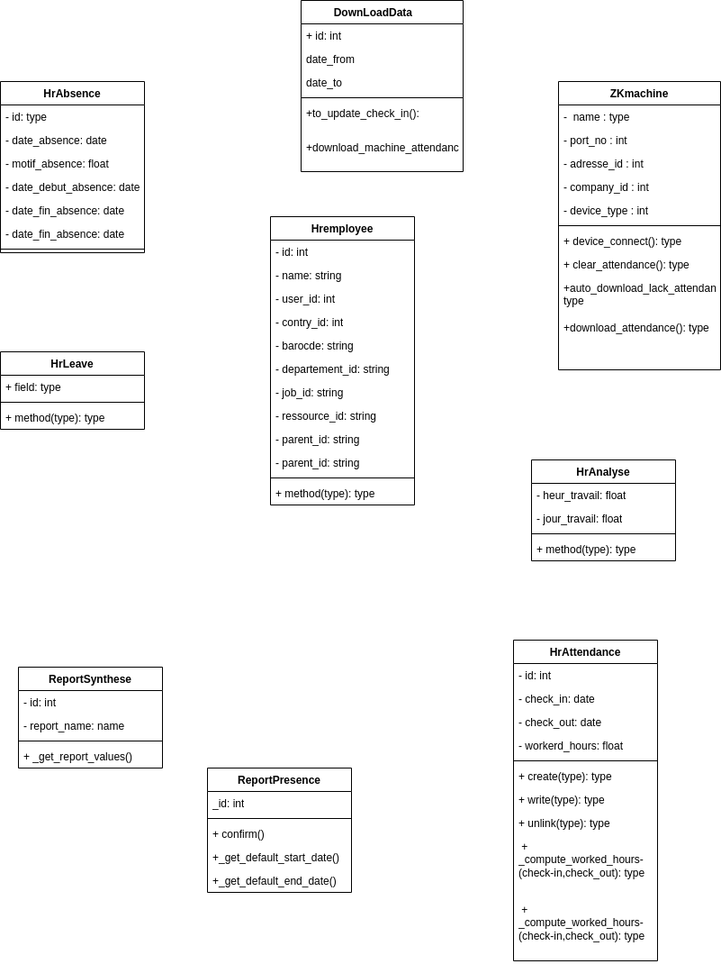
Earlier version of the draw.io export static/Diagramme de classe.drawio.png (Siluearsene/borne_biometrique). Source tidied: cells renumbered, new cells last; positions are measured from the earlier drawing's top-left corner, leaving out a move shared by most shapes.
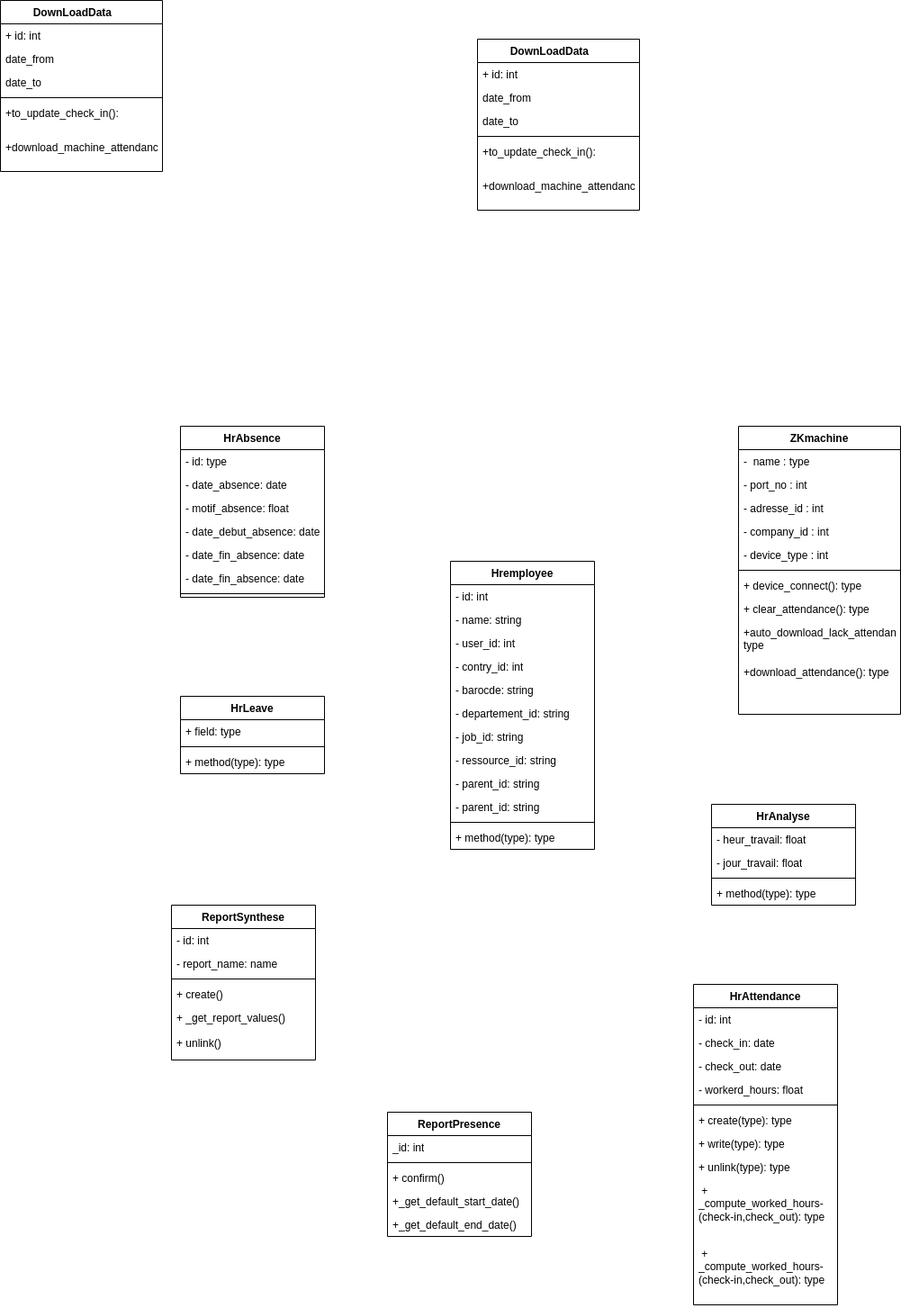
After the change.

Commit message:
Mettre à jour Diagramme de classe.drawio.png

Change to the diagram source:
```diff
@@ -159,7 +159,7 @@
       <mxGeometry y="286" width="160" height="70" as="geometry" />
     </mxCell>
     <mxCell id="54" value="ReportSynthese" style="swimlane;fontStyle=1;align=center;verticalAlign=top;horizontal=1;startSize=26;whiteSpace=wrap;html=1;" parent="1" vertex="1">
-      <mxGeometry x="20" y="740" width="160" height="112" as="geometry" />
+      <mxGeometry x="-10" y="622" width="160" height="172" as="geometry" />
     </mxCell>
     <mxCell id="55" value="- id: int" style="text;strokeColor=none;fillColor=none;align=left;verticalAlign=top;spacingLeft=4;spacingRight=4;overflow=hidden;whiteSpace=wrap;html=1;" parent="54" vertex="1">
       <mxGeometry y="26" width="160" height="26" as="geometry" />
@@ -170,9 +170,15 @@
     <mxCell id="57" style="line;strokeWidth=1;fillColor=none;align=left;verticalAlign=middle;spacingTop=-1;spacingLeft=3;spacingRight=3;labelPosition=right;strokeColor=inherit;" parent="54" vertex="1">
       <mxGeometry y="78" width="160" height="8" as="geometry" />
     </mxCell>
+    <mxCell id="72" value="+ create()" style="text;strokeColor=none;fillColor=none;align=left;verticalAlign=top;spacingLeft=4;spacingRight=4;overflow=hidden;whiteSpace=wrap;html=1;" parent="54" vertex="1">
+      <mxGeometry y="86" width="160" height="26" as="geometry" />
+    </mxCell>
     <mxCell id="58" value="+&amp;nbsp;_get_report_values()" style="text;strokeColor=none;fillColor=none;align=left;verticalAlign=top;spacingLeft=4;spacingRight=4;overflow=hidden;whiteSpace=wrap;html=1;" parent="54" vertex="1">
-      <mxGeometry y="86" width="160" height="26" as="geometry" />
+      <mxGeometry y="112" width="160" height="28" as="geometry" />
     </mxCell>
+    <mxCell id="73" value="+ unlink()" style="text;strokeColor=none;fillColor=none;align=left;verticalAlign=top;spacingLeft=4;spacingRight=4;overflow=hidden;whiteSpace=wrap;html=1;" parent="54" vertex="1">
+      <mxGeometry y="140" width="160" height="32" as="geometry" />
+    </mxCell>
     <mxCell id="59" value="ReportPresence" style="swimlane;fontStyle=1;align=center;verticalAlign=top;horizontal=1;startSize=26;whiteSpace=wrap;html=1;" parent="1" vertex="1">
       <mxGeometry x="230" y="852" width="160" height="138" as="geometry" />
     </mxCell>
@@ -192,7 +198,7 @@
       <mxGeometry y="112" width="160" height="26" as="geometry" />
     </mxCell>
     <mxCell id="65" value="DownLoadData&lt;span style=&quot;white-space: pre;&quot;&gt;&#9;&lt;/span&gt;" style="swimlane;fontStyle=1;align=center;verticalAlign=top;horizontal=1;startSize=26;whiteSpace=wrap;html=1;" parent="1" vertex="1">
-      <mxGeometry x="334" width="180" height="190" as="geometry" />
+      <mxGeometry x="330" y="-340" width="180" height="190" as="geometry" />
     </mxCell>
     <mxCell id="66" value="+ id: int" style="text;strokeColor=none;fillColor=none;align=left;verticalAlign=top;spacingLeft=4;spacingRight=4;overflow=hidden;whiteSpace=wrap;html=1;" parent="65" vertex="1">
       <mxGeometry y="26" width="180" height="26" as="geometry" />
@@ -212,5 +218,26 @@
     <mxCell id="71" value="+download_machine_attendance()" style="text;strokeColor=none;fillColor=none;align=left;verticalAlign=top;spacingLeft=4;spacingRight=4;overflow=hidden;whiteSpace=wrap;html=1;" parent="65" vertex="1">
       <mxGeometry y="150" width="180" height="40" as="geometry" />
     </mxCell>
+    <mxCell id="74" value="DownLoadData&lt;span style=&quot;white-space: pre;&quot;&gt;&#9;&lt;/span&gt;" style="swimlane;fontStyle=1;align=center;verticalAlign=top;horizontal=1;startSize=26;whiteSpace=wrap;html=1;" parent="1" vertex="1">
+      <mxGeometry x="-200" y="-383" width="180" height="190" as="geometry" />
+    </mxCell>
+    <mxCell id="75" value="+ id: int" style="text;strokeColor=none;fillColor=none;align=left;verticalAlign=top;spacingLeft=4;spacingRight=4;overflow=hidden;whiteSpace=wrap;html=1;" parent="74" vertex="1">
+      <mxGeometry y="26" width="180" height="26" as="geometry" />
+    </mxCell>
+    <mxCell id="76" value="date_from" style="text;strokeColor=none;fillColor=none;align=left;verticalAlign=top;spacingLeft=4;spacingRight=4;overflow=hidden;whiteSpace=wrap;html=1;" parent="74" vertex="1">
+      <mxGeometry y="52" width="180" height="26" as="geometry" />
+    </mxCell>
+    <mxCell id="77" value="date_to" style="text;strokeColor=none;fillColor=none;align=left;verticalAlign=top;spacingLeft=4;spacingRight=4;overflow=hidden;whiteSpace=wrap;html=1;" parent="74" vertex="1">
+      <mxGeometry y="78" width="180" height="26" as="geometry" />
+    </mxCell>
+    <mxCell id="78" style="line;strokeWidth=1;fillColor=none;align=left;verticalAlign=middle;spacingTop=-1;spacingLeft=3;spacingRight=3;labelPosition=right;strokeColor=inherit;" parent="74" vertex="1">
+      <mxGeometry y="104" width="180" height="8" as="geometry" />
+    </mxCell>
+    <mxCell id="79" value="+to_update_check_in&lt;span style=&quot;background-color: initial;&quot;&gt;():&lt;/span&gt;" style="text;strokeColor=none;fillColor=none;align=left;verticalAlign=top;spacingLeft=4;spacingRight=4;overflow=hidden;whiteSpace=wrap;html=1;" parent="74" vertex="1">
+      <mxGeometry y="112" width="180" height="38" as="geometry" />
+    </mxCell>
+    <mxCell id="80" value="+download_machine_attendance()" style="text;strokeColor=none;fillColor=none;align=left;verticalAlign=top;spacingLeft=4;spacingRight=4;overflow=hidden;whiteSpace=wrap;html=1;" parent="74" vertex="1">
+      <mxGeometry y="150" width="180" height="40" as="geometry" />
+    </mxCell>
   </root>
 </mxGraphModel>
```
